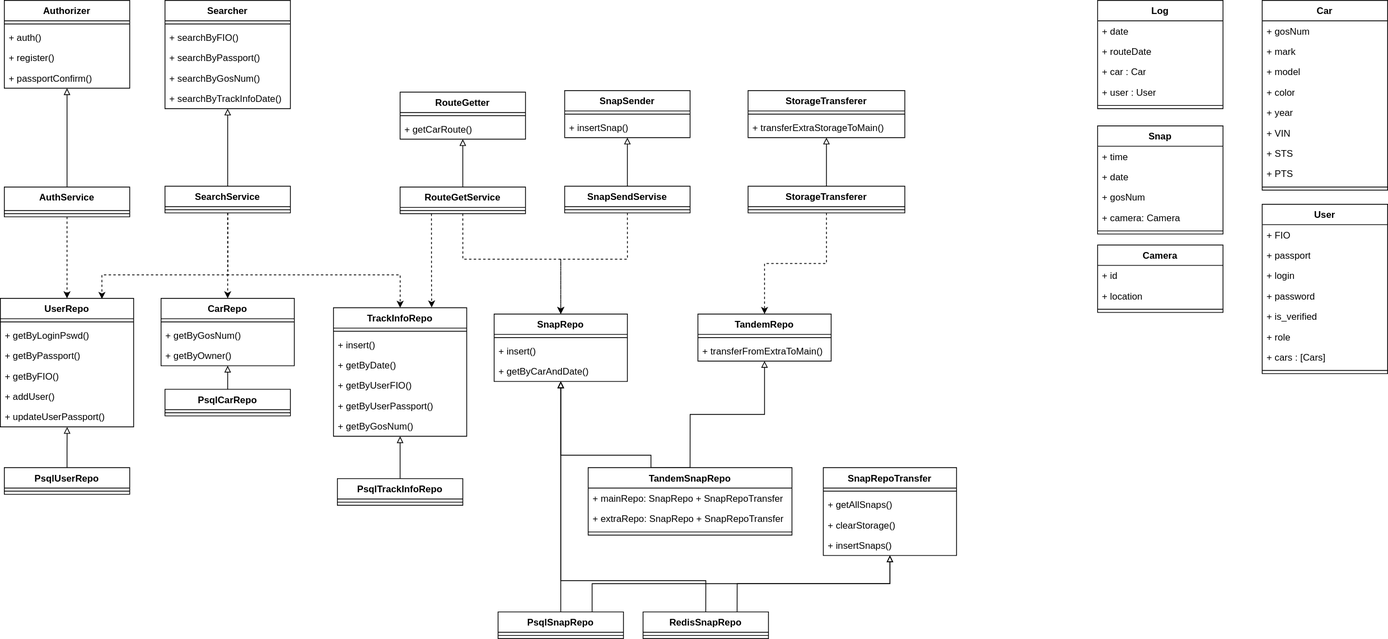
This is misc/images/uml.svg from DeadCool23/AutoTracker, a draw.io export, as it was before one commit. Source tidied: cells renumbered, new cells last; positions are measured from the earlier drawing's top-left corner, leaving out a move shared by most shapes.
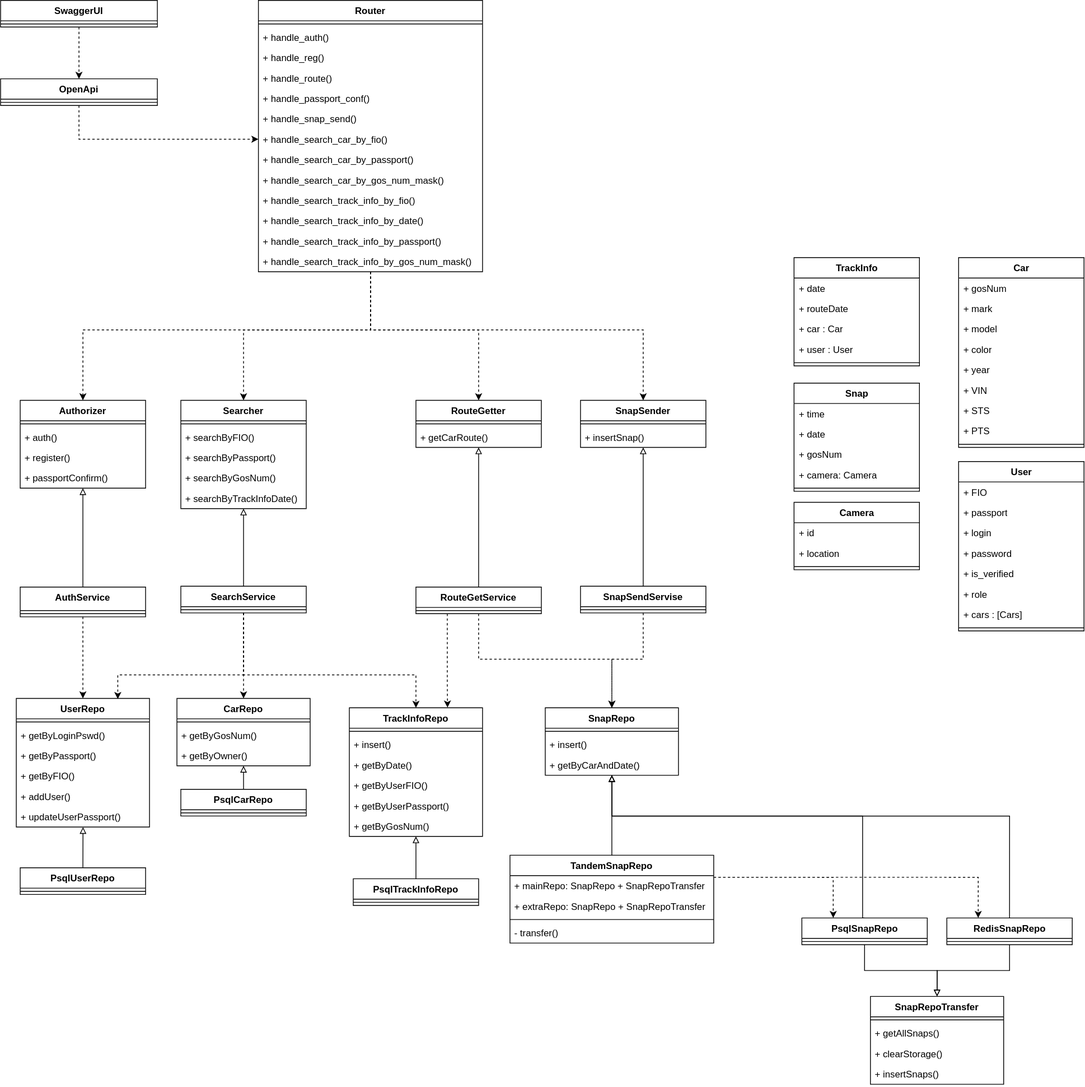
Above is the later version.

What changed in the source:
```diff
@@ -26,3 +26,3 @@
     <mxCell id="9" value="RouteGetter" style="swimlane;fontStyle=1;align=center;verticalAlign=top;horizontal=1;startSize=26;whiteSpace=wrap;html=1;" parent="1" vertex="1">
-      <mxGeometry x="510" y="117" width="160" height="60" as="geometry" />
+      <mxGeometry x="510" width="160" height="60" as="geometry" />
     </mxCell>
@@ -40,4 +40,16 @@
     </mxCell>
+    <mxCell id="133" style="edgeStyle=orthogonalEdgeStyle;rounded=0;jettySize=auto;html=1;exitX=0.5;exitY=0;exitDx=0;exitDy=0;endArrow=block;endFill=0;entryX=0.5;entryY=1.003;entryDx=0;entryDy=0;entryPerimeter=0;" parent="1" edge="1" source="14" target="66">
+      <mxGeometry relative="1" as="geometry">
+        <Array as="points">
+          <mxPoint x="1080" y="660" />
+          <mxPoint x="1080" y="530" />
+          <mxPoint x="760" y="530" />
+        </Array>
+      </mxGeometry>
+    </mxCell>
+    <mxCell id="134" style="edgeStyle=orthogonalEdgeStyle;rounded=0;jettySize=auto;html=1;exitX=0.5;exitY=1;exitDx=0;exitDy=0;entryX=0.5;entryY=0;entryDx=0;entryDy=0;endArrow=block;endFill=0;" parent="1" edge="1" source="14" target="121">
+      <mxGeometry relative="1" as="geometry" />
+    </mxCell>
     <mxCell id="14" value="PsqlSnapRepo" style="swimlane;fontStyle=1;align=center;verticalAlign=top;horizontal=1;startSize=26;whiteSpace=wrap;html=1;" parent="1" vertex="1">
-      <mxGeometry x="635" y="780" width="160" height="34" as="geometry" />
+      <mxGeometry x="1002.5" y="660" width="160" height="34" as="geometry" />
     </mxCell>
@@ -56,3 +68,3 @@
     <mxCell id="19" value="SnapSender" style="swimlane;fontStyle=1;align=center;verticalAlign=top;horizontal=1;startSize=26;whiteSpace=wrap;html=1;" parent="1" vertex="1">
-      <mxGeometry x="720" y="115" width="160" height="60" as="geometry" />
+      <mxGeometry x="720" width="160" height="60" as="geometry" />
     </mxCell>
@@ -189,23 +201,4 @@
     </mxCell>
-    <mxCell id="60" style="edgeStyle=orthogonalEdgeStyle;rounded=0;jettySize=auto;html=1;exitX=0.5;exitY=1;exitDx=0;exitDy=0;entryX=0.5;entryY=0;entryDx=0;entryDy=0;endArrow=none;startFill=0;startArrow=block;" parent="1" edge="1" source="63" target="14">
-      <mxGeometry relative="1" as="geometry" />
-    </mxCell>
-    <mxCell id="61" style="edgeStyle=orthogonalEdgeStyle;rounded=0;jettySize=auto;html=1;exitX=0.5;exitY=1;exitDx=0;exitDy=0;entryX=0.5;entryY=0;entryDx=0;entryDy=0;endArrow=none;startFill=0;startArrow=block;" parent="1" edge="1" source="63" target="115">
-      <mxGeometry relative="1" as="geometry">
-        <Array as="points">
-          <mxPoint x="715" y="580" />
-          <mxPoint x="830" y="580" />
-        </Array>
-      </mxGeometry>
-    </mxCell>
-    <mxCell id="62" style="edgeStyle=orthogonalEdgeStyle;rounded=0;jettySize=auto;html=1;exitX=0.5;exitY=1;exitDx=0;exitDy=0;entryX=0.5;entryY=0;entryDx=0;entryDy=0;endArrow=none;startFill=0;startArrow=block;" parent="1" edge="1" source="63" target="105">
-      <mxGeometry relative="1" as="geometry">
-        <Array as="points">
-          <mxPoint x="715" y="740" />
-          <mxPoint x="900" y="740" />
-        </Array>
-      </mxGeometry>
-    </mxCell>
     <mxCell id="63" value="SnapRepo" style="swimlane;fontStyle=1;align=center;verticalAlign=top;horizontal=1;startSize=26;whiteSpace=wrap;html=1;" parent="1" vertex="1">
-      <mxGeometry x="630" y="400" width="170" height="86" as="geometry" />
+      <mxGeometry x="675" y="392" width="170" height="86" as="geometry" />
     </mxCell>
@@ -224,3 +217,3 @@
           <mxPoint x="590" y="330" />
-          <mxPoint x="715" y="330" />
+          <mxPoint x="760" y="330" />
         </Array>
@@ -246,3 +239,3 @@
           <mxPoint x="800" y="330" />
-          <mxPoint x="715" y="330" />
+          <mxPoint x="760" y="330" />
         </Array>
@@ -257,3 +250,3 @@
     <mxCell id="74" value="Snap" style="swimlane;fontStyle=1;align=center;verticalAlign=top;horizontal=1;startSize=26;whiteSpace=wrap;html=1;" parent="1" vertex="1">
-      <mxGeometry x="1400" y="160" width="160" height="138" as="geometry" />
+      <mxGeometry x="992.5" y="-22" width="160" height="138" as="geometry" />
     </mxCell>
@@ -275,3 +268,3 @@
     <mxCell id="80" value="Car" style="swimlane;fontStyle=1;align=center;verticalAlign=top;horizontal=1;startSize=26;whiteSpace=wrap;html=1;" parent="1" vertex="1">
-      <mxGeometry x="1610" width="160" height="242" as="geometry" />
+      <mxGeometry x="1202.5" y="-182" width="160" height="242" as="geometry" />
     </mxCell>
@@ -304,4 +297,4 @@
     </mxCell>
-    <mxCell id="90" value="Log" style="swimlane;fontStyle=1;align=center;verticalAlign=top;horizontal=1;startSize=26;whiteSpace=wrap;html=1;" parent="1" vertex="1">
-      <mxGeometry x="1400" width="160" height="138" as="geometry" />
+    <mxCell id="90" value="TrackInfo" style="swimlane;fontStyle=1;align=center;verticalAlign=top;horizontal=1;startSize=26;whiteSpace=wrap;html=1;" parent="1" vertex="1">
+      <mxGeometry x="992.5" y="-182" width="160" height="138" as="geometry" />
     </mxCell>
@@ -323,3 +316,3 @@
     <mxCell id="96" value="User" style="swimlane;fontStyle=1;align=center;verticalAlign=top;horizontal=1;startSize=26;whiteSpace=wrap;html=1;" parent="1" vertex="1">
-      <mxGeometry x="1610" y="260" width="160" height="216" as="geometry" />
+      <mxGeometry x="1202.5" y="78" width="160" height="216" as="geometry" />
     </mxCell>
@@ -349,4 +342,15 @@
     </mxCell>
+    <mxCell id="135" style="edgeStyle=orthogonalEdgeStyle;rounded=0;jettySize=auto;html=1;exitX=0.5;exitY=0;exitDx=0;exitDy=0;endArrow=block;endFill=0;entryX=0.5;entryY=0.987;entryDx=0;entryDy=0;entryPerimeter=0;" parent="1" edge="1" source="105" target="66">
+      <mxGeometry relative="1" as="geometry">
+        <Array as="points">
+          <mxPoint x="1267" y="530" />
+          <mxPoint x="760" y="530" />
+        </Array>
+      </mxGeometry>
+    </mxCell>
+    <mxCell id="136" style="edgeStyle=orthogonalEdgeStyle;rounded=0;jettySize=auto;html=1;exitX=0.5;exitY=1;exitDx=0;exitDy=0;entryX=0.5;entryY=0;entryDx=0;entryDy=0;endArrow=block;endFill=0;" parent="1" edge="1" source="105" target="121">
+      <mxGeometry relative="1" as="geometry" />
+    </mxCell>
     <mxCell id="105" value="RedisSnapRepo" style="swimlane;fontStyle=1;align=center;verticalAlign=top;horizontal=1;startSize=26;whiteSpace=wrap;html=1;" parent="1" vertex="1">
-      <mxGeometry x="820" y="780" width="160" height="34" as="geometry" />
+      <mxGeometry x="1187.5" y="660" width="160" height="34" as="geometry" />
     </mxCell>
@@ -355,16 +359,4 @@
     </mxCell>
-    <mxCell id="107" style="edgeStyle=orthogonalEdgeStyle;rounded=0;jettySize=auto;html=1;exitX=0.5;exitY=1;exitDx=0;exitDy=0;entryX=0.5;entryY=0;entryDx=0;entryDy=0;endArrow=none;startFill=0;startArrow=block;" parent="1" edge="1" source="108" target="131">
-      <mxGeometry relative="1" as="geometry" />
-    </mxCell>
-    <mxCell id="108" value="StorageTransferer" style="swimlane;fontStyle=1;align=center;verticalAlign=top;horizontal=1;startSize=26;whiteSpace=wrap;html=1;" parent="1" vertex="1">
-      <mxGeometry x="954" y="115" width="200" height="60" as="geometry" />
-    </mxCell>
-    <mxCell id="109" style="line;strokeWidth=1;fillColor=none;align=left;verticalAlign=middle;spacingTop=-1;spacingLeft=3;spacingRight=3;labelPosition=right;strokeColor=inherit;" parent="108" vertex="1">
-      <mxGeometry y="26" width="200" height="8" as="geometry" />
-    </mxCell>
-    <mxCell id="110" value="+ transferExtraStorageToMain()" style="text;strokeColor=none;fillColor=none;align=left;verticalAlign=top;spacingLeft=4;spacingRight=4;overflow=hidden;whiteSpace=wrap;html=1;" parent="108" vertex="1">
-      <mxGeometry y="34" width="200" height="26" as="geometry" />
-    </mxCell>
     <mxCell id="111" value="Camera" style="swimlane;fontStyle=1;align=center;verticalAlign=top;horizontal=1;startSize=26;whiteSpace=wrap;html=1;" parent="1" vertex="1">
-      <mxGeometry x="1400" y="312" width="160" height="86" as="geometry" />
+      <mxGeometry x="992.5" y="130" width="160" height="86" as="geometry" />
     </mxCell>
@@ -379,4 +371,10 @@
     </mxCell>
+    <mxCell id="137" style="edgeStyle=orthogonalEdgeStyle;rounded=0;jettySize=auto;html=1;exitX=1;exitY=0.25;exitDx=0;exitDy=0;entryX=0.25;entryY=0;entryDx=0;entryDy=0;dashed=1;" parent="1" edge="1" source="115" target="14">
+      <mxGeometry relative="1" as="geometry" />
+    </mxCell>
+    <mxCell id="138" style="edgeStyle=orthogonalEdgeStyle;rounded=0;jettySize=auto;html=1;exitX=1;exitY=0.25;exitDx=0;exitDy=0;entryX=0.25;entryY=0;entryDx=0;entryDy=0;dashed=1;" parent="1" edge="1" source="115" target="105">
+      <mxGeometry relative="1" as="geometry" />
+    </mxCell>
     <mxCell id="115" value="TandemSnapRepo" style="swimlane;fontStyle=1;align=center;verticalAlign=top;horizontal=1;startSize=26;whiteSpace=wrap;html=1;" parent="1" vertex="1">
-      <mxGeometry x="750" y="596" width="260" height="86" as="geometry" />
+      <mxGeometry x="630" y="580" width="260" height="112" as="geometry" />
     </mxCell>
@@ -391,10 +389,7 @@
     </mxCell>
-    <mxCell id="119" style="edgeStyle=orthogonalEdgeStyle;rounded=0;jettySize=auto;html=1;exitX=0.5;exitY=1;exitDx=0;exitDy=0;entryX=0.75;entryY=0;entryDx=0;entryDy=0;endArrow=none;startFill=0;startArrow=block;" parent="1" edge="1" source="121" target="105">
-      <mxGeometry relative="1" as="geometry" />
-    </mxCell>
-    <mxCell id="120" style="edgeStyle=orthogonalEdgeStyle;rounded=0;jettySize=auto;html=1;exitX=0.5;exitY=1;exitDx=0;exitDy=0;entryX=0.75;entryY=0;entryDx=0;entryDy=0;endArrow=none;startFill=0;startArrow=block;" parent="1" edge="1" source="121" target="14">
-      <mxGeometry relative="1" as="geometry" />
-    </mxCell>
+    <mxCell id="139" value="- transfer()" style="text;strokeColor=none;fillColor=none;align=left;verticalAlign=top;spacingLeft=4;spacingRight=4;overflow=hidden;whiteSpace=wrap;html=1;" parent="115" vertex="1">
+      <mxGeometry y="86" width="260" height="26" as="geometry" />
+    </mxCell>
     <mxCell id="121" value="SnapRepoTransfer" style="swimlane;fontStyle=1;align=center;verticalAlign=top;horizontal=1;startSize=26;whiteSpace=wrap;html=1;" parent="1" vertex="1">
-      <mxGeometry x="1050" y="596" width="170" height="112" as="geometry" />
+      <mxGeometry x="1090" y="760" width="170" height="112" as="geometry" />
     </mxCell>
@@ -412,23 +407,97 @@
     </mxCell>
-    <mxCell id="126" style="edgeStyle=orthogonalEdgeStyle;rounded=0;jettySize=auto;html=1;exitX=0.5;exitY=1;exitDx=0;exitDy=0;entryX=0.5;entryY=0;entryDx=0;entryDy=0;endArrow=none;startFill=0;startArrow=block;" parent="1" edge="1" source="127" target="115">
-      <mxGeometry relative="1" as="geometry" />
-    </mxCell>
-    <mxCell id="127" value="TandemRepo" style="swimlane;fontStyle=1;align=center;verticalAlign=top;horizontal=1;startSize=26;whiteSpace=wrap;html=1;" parent="1" vertex="1">
-      <mxGeometry x="890" y="400" width="170" height="60" as="geometry" />
-    </mxCell>
-    <mxCell id="128" style="line;strokeWidth=1;fillColor=none;align=left;verticalAlign=middle;spacingTop=-1;spacingLeft=3;spacingRight=3;labelPosition=right;strokeColor=inherit;" parent="127" vertex="1">
-      <mxGeometry y="26" width="170" height="8" as="geometry" />
-    </mxCell>
-    <mxCell id="129" value="+ transferFromExtraToMain()" style="text;strokeColor=none;fillColor=none;align=left;verticalAlign=top;spacingLeft=4;spacingRight=4;overflow=hidden;whiteSpace=wrap;html=1;" parent="127" vertex="1">
-      <mxGeometry y="34" width="170" height="26" as="geometry" />
-    </mxCell>
-    <mxCell id="130" style="edgeStyle=orthogonalEdgeStyle;rounded=0;jettySize=auto;html=1;exitX=0.5;exitY=1;exitDx=0;exitDy=0;entryX=0.5;entryY=0;entryDx=0;entryDy=0;dashed=1;" parent="1" edge="1" source="131" target="127">
-      <mxGeometry relative="1" as="geometry" />
-    </mxCell>
-    <mxCell id="131" value="StorageTransferer" style="swimlane;fontStyle=1;align=center;verticalAlign=top;horizontal=1;startSize=26;whiteSpace=wrap;html=1;" parent="1" vertex="1">
-      <mxGeometry x="954" y="237" width="200" height="34" as="geometry" />
-    </mxCell>
-    <mxCell id="132" style="line;strokeWidth=1;fillColor=none;align=left;verticalAlign=middle;spacingTop=-1;spacingLeft=3;spacingRight=3;labelPosition=right;strokeColor=inherit;" parent="131" vertex="1">
-      <mxGeometry y="26" width="200" height="8" as="geometry" />
-    </mxCell>
+    <mxCell id="140" style="edgeStyle=orthogonalEdgeStyle;rounded=0;jettySize=auto;html=1;exitX=0.5;exitY=1;exitDx=0;exitDy=0;entryX=0.5;entryY=0;entryDx=0;entryDy=0;dashed=1;" parent="1" edge="1" source="144" target="3">
+      <mxGeometry relative="1" as="geometry">
+        <Array as="points">
+          <mxPoint x="452" y="-90" />
+          <mxPoint x="85" y="-90" />
+        </Array>
+      </mxGeometry>
+    </mxCell>
+    <mxCell id="141" style="edgeStyle=orthogonalEdgeStyle;rounded=0;jettySize=auto;html=1;exitX=0.5;exitY=1;exitDx=0;exitDy=0;entryX=0.5;entryY=0;entryDx=0;entryDy=0;dashed=1;" parent="1" edge="1" source="144" target="39">
+      <mxGeometry relative="1" as="geometry">
+        <Array as="points">
+          <mxPoint x="452" y="-90" />
+          <mxPoint x="290" y="-90" />
+        </Array>
+      </mxGeometry>
+    </mxCell>
+    <mxCell id="142" style="edgeStyle=orthogonalEdgeStyle;rounded=0;jettySize=auto;html=1;exitX=0.5;exitY=1;exitDx=0;exitDy=0;entryX=0.5;entryY=0;entryDx=0;entryDy=0;dashed=1;" parent="1" edge="1" source="144" target="9">
+      <mxGeometry relative="1" as="geometry">
+        <Array as="points">
+          <mxPoint x="452" y="-90" />
+          <mxPoint x="590" y="-90" />
+        </Array>
+      </mxGeometry>
+    </mxCell>
+    <mxCell id="143" style="edgeStyle=orthogonalEdgeStyle;rounded=0;jettySize=auto;html=1;exitX=0.5;exitY=1;exitDx=0;exitDy=0;entryX=0.5;entryY=0;entryDx=0;entryDy=0;dashed=1;" parent="1" edge="1" source="144" target="19">
+      <mxGeometry relative="1" as="geometry">
+        <Array as="points">
+          <mxPoint x="452" y="-90" />
+          <mxPoint x="800" y="-90" />
+        </Array>
+      </mxGeometry>
+    </mxCell>
+    <mxCell id="144" value="Router" style="swimlane;fontStyle=1;align=center;verticalAlign=top;horizontal=1;startSize=26;whiteSpace=wrap;html=1;" parent="1" vertex="1">
+      <mxGeometry x="309" y="-510" width="286" height="346" as="geometry" />
+    </mxCell>
+    <mxCell id="145" style="line;strokeWidth=1;fillColor=none;align=left;verticalAlign=middle;spacingTop=-1;spacingLeft=3;spacingRight=3;labelPosition=right;strokeColor=inherit;" parent="144" vertex="1">
+      <mxGeometry y="26" width="286" height="8" as="geometry" />
+    </mxCell>
+    <mxCell id="146" value="+ handle_auth()" style="text;strokeColor=none;fillColor=none;align=left;verticalAlign=top;spacingLeft=4;spacingRight=4;overflow=hidden;whiteSpace=wrap;html=1;" parent="144" vertex="1">
+      <mxGeometry y="34" width="286" height="26" as="geometry" />
+    </mxCell>
+    <mxCell id="147" value="+ handle_reg()" style="text;strokeColor=none;fillColor=none;align=left;verticalAlign=top;spacingLeft=4;spacingRight=4;overflow=hidden;whiteSpace=wrap;html=1;" parent="144" vertex="1">
+      <mxGeometry y="60" width="286" height="26" as="geometry" />
+    </mxCell>
+    <mxCell id="148" value="+ handle_route()" style="text;strokeColor=none;fillColor=none;align=left;verticalAlign=top;spacingLeft=4;spacingRight=4;overflow=hidden;whiteSpace=wrap;html=1;" parent="144" vertex="1">
+      <mxGeometry y="86" width="286" height="26" as="geometry" />
+    </mxCell>
+    <mxCell id="149" value="+ handle_passport_conf()" style="text;strokeColor=none;fillColor=none;align=left;verticalAlign=top;spacingLeft=4;spacingRight=4;overflow=hidden;whiteSpace=wrap;html=1;" parent="144" vertex="1">
+      <mxGeometry y="112" width="286" height="26" as="geometry" />
+    </mxCell>
+    <mxCell id="150" value="+ handle_snap_send()" style="text;strokeColor=none;fillColor=none;align=left;verticalAlign=top;spacingLeft=4;spacingRight=4;overflow=hidden;whiteSpace=wrap;html=1;" parent="144" vertex="1">
+      <mxGeometry y="138" width="286" height="26" as="geometry" />
+    </mxCell>
+    <mxCell id="151" value="+ handle_search_car_by_fio()" style="text;strokeColor=none;fillColor=none;align=left;verticalAlign=top;spacingLeft=4;spacingRight=4;overflow=hidden;points=[[0,0.5],[1,0.5]];portConstraint=eastwest;whiteSpace=wrap;html=1;" parent="144" vertex="1">
+      <mxGeometry y="164" width="286" height="26" as="geometry" />
+    </mxCell>
+    <mxCell id="152" value="+ handle_search_car_by_passport()" style="text;strokeColor=none;fillColor=none;align=left;verticalAlign=top;spacingLeft=4;spacingRight=4;overflow=hidden;whiteSpace=wrap;html=1;" parent="144" vertex="1">
+      <mxGeometry y="190" width="286" height="26" as="geometry" />
+    </mxCell>
+    <mxCell id="153" value="+ handle_search_car_by_gos_num_mask()" style="text;strokeColor=none;fillColor=none;align=left;verticalAlign=top;spacingLeft=4;spacingRight=4;overflow=hidden;whiteSpace=wrap;html=1;" parent="144" vertex="1">
+      <mxGeometry y="216" width="286" height="26" as="geometry" />
+    </mxCell>
+    <mxCell id="154" value="+ handle_search_track_info_by_fio()" style="text;strokeColor=none;fillColor=none;align=left;verticalAlign=top;spacingLeft=4;spacingRight=4;overflow=hidden;whiteSpace=wrap;html=1;" parent="144" vertex="1">
+      <mxGeometry y="242" width="286" height="26" as="geometry" />
+    </mxCell>
+    <mxCell id="155" value="+ handle_search_track_info_by_date()" style="text;strokeColor=none;fillColor=none;align=left;verticalAlign=top;spacingLeft=4;spacingRight=4;overflow=hidden;whiteSpace=wrap;html=1;" parent="144" vertex="1">
+      <mxGeometry y="268" width="286" height="26" as="geometry" />
+    </mxCell>
+    <mxCell id="156" value="+ handle_search_track_info_by_passport()" style="text;strokeColor=none;fillColor=none;align=left;verticalAlign=top;spacingLeft=4;spacingRight=4;overflow=hidden;whiteSpace=wrap;html=1;" parent="144" vertex="1">
+      <mxGeometry y="294" width="286" height="26" as="geometry" />
+    </mxCell>
+    <mxCell id="157" value="+ handle_search_track_info_by_gos_num_mask()" style="text;strokeColor=none;fillColor=none;align=left;verticalAlign=top;spacingLeft=4;spacingRight=4;overflow=hidden;whiteSpace=wrap;html=1;" parent="144" vertex="1">
+      <mxGeometry y="320" width="286" height="26" as="geometry" />
+    </mxCell>
+    <mxCell id="158" style="edgeStyle=orthogonalEdgeStyle;rounded=0;jettySize=auto;html=1;exitX=0.5;exitY=0;exitDx=0;exitDy=0;endArrow=block;endFill=0;entryX=0.5;entryY=1;entryDx=0;entryDy=0;" parent="1" edge="1" source="115" target="63">
+      <mxGeometry relative="1" as="geometry" />
+    </mxCell>
+    <mxCell id="159" style="edgeStyle=orthogonalEdgeStyle;rounded=0;jettySize=auto;html=1;exitX=0.5;exitY=1;exitDx=0;exitDy=0;entryX=0.5;entryY=0;entryDx=0;entryDy=0;dashed=1;" parent="1" edge="1" source="160" target="163">
+      <mxGeometry relative="1" as="geometry" />
+    </mxCell>
+    <mxCell id="160" value="SwaggerUI" style="swimlane;fontStyle=1;align=center;verticalAlign=top;horizontal=1;startSize=26;whiteSpace=wrap;html=1;" parent="1" vertex="1">
+      <mxGeometry x="-20" y="-510" width="200" height="34" as="geometry" />
+    </mxCell>
+    <mxCell id="161" style="line;strokeWidth=1;fillColor=none;align=left;verticalAlign=middle;spacingTop=-1;spacingLeft=3;spacingRight=3;labelPosition=right;strokeColor=inherit;" parent="160" vertex="1">
+      <mxGeometry y="26" width="200" height="8" as="geometry" />
+    </mxCell>
+    <mxCell id="162" style="edgeStyle=orthogonalEdgeStyle;rounded=0;jettySize=auto;html=1;exitX=0.5;exitY=1;exitDx=0;exitDy=0;entryX=0;entryY=0.5;entryDx=0;entryDy=0;dashed=1;" parent="1" edge="1" source="163" target="151">
+      <mxGeometry relative="1" as="geometry" />
+    </mxCell>
+    <mxCell id="163" value="OpenApi" style="swimlane;fontStyle=1;align=center;verticalAlign=top;horizontal=1;startSize=26;whiteSpace=wrap;html=1;" parent="1" vertex="1">
+      <mxGeometry x="-20" y="-410" width="200" height="34" as="geometry" />
+    </mxCell>
+    <mxCell id="164" style="line;strokeWidth=1;fillColor=none;align=left;verticalAlign=middle;spacingTop=-1;spacingLeft=3;spacingRight=3;labelPosition=right;strokeColor=inherit;" parent="163" vertex="1">
+      <mxGeometry y="26" width="200" height="8" as="geometry" />
+    </mxCell>
   </root>
```
